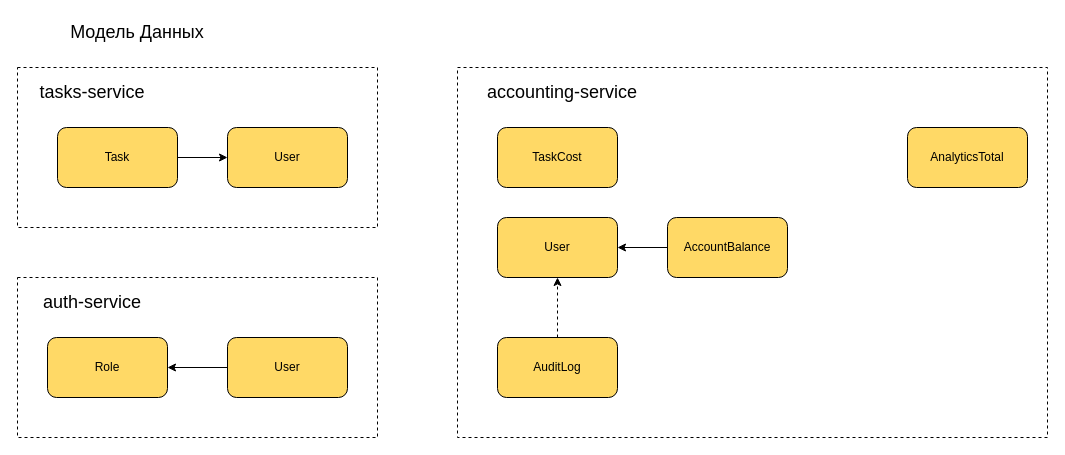
Before: week-1/Data-Model-diagram.drawio in happyjedi/architecture_school_example, a draw.io diagram. Source tidied: cells renumbered, new cells numbered last; positions are measured from the earlier drawing's top-left corner, leaving out a move shared by most shapes. Both pictures are drawn from the tidied source at 100%, with x=0, y=0 at pixel (17, 17).
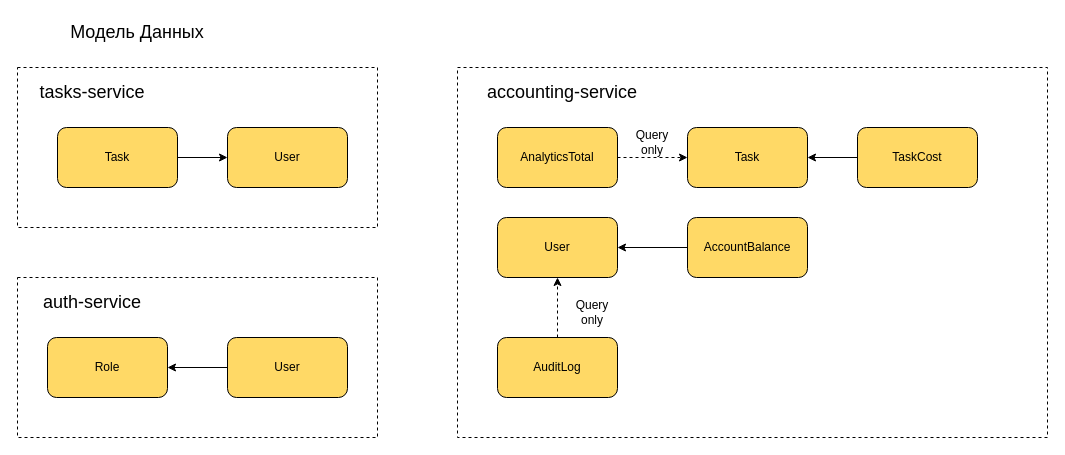
The same diagram, later.

Commit message (it also covers changes not shown here):
feat: update Data Model diagram

Diff of the diagram source:
```diff
@@
     <mxCell id="12" value="AccountBalance" style="rounded=1;whiteSpace=wrap;html=1;fillColor=#FFD966;" parent="1" vertex="1">
-      <mxGeometry x="650" y="200" width="120" height="60" as="geometry" />
+      <mxGeometry x="670" y="200" width="120" height="60" as="geometry" />
     </mxCell>
@@
+    <mxCell id="22" style="edgeStyle=orthogonalEdgeStyle;rounded=0;jettySize=auto;html=1;exitX=1;exitY=0.5;exitDx=0;exitDy=0;entryX=0;entryY=0.5;entryDx=0;entryDy=0;fontSize=18;dashed=1;" parent="1" edge="1" source="14" target="24">
+      <mxGeometry relative="1" as="geometry" />
+    </mxCell>
     <mxCell id="14" value="AnalyticsTotal" style="rounded=1;whiteSpace=wrap;html=1;fillColor=#FFD966;" parent="1" vertex="1">
-      <mxGeometry x="890" y="110" width="120" height="60" as="geometry" />
+      <mxGeometry x="480" y="110" width="120" height="60" as="geometry" />
     </mxCell>
@@
+    <mxCell id="23" style="edgeStyle=orthogonalEdgeStyle;rounded=0;jettySize=auto;html=1;exitX=0;exitY=0.5;exitDx=0;exitDy=0;entryX=1;entryY=0.5;entryDx=0;entryDy=0;fontSize=18;" parent="1" edge="1" source="21" target="24">
+      <mxGeometry relative="1" as="geometry" />
+    </mxCell>
     <mxCell id="21" value="TaskCost" style="rounded=1;whiteSpace=wrap;html=1;fillColor=#FFD966;" parent="1" vertex="1">
-      <mxGeometry x="480" y="110" width="120" height="60" as="geometry" />
+      <mxGeometry x="840" y="110" width="120" height="60" as="geometry" />
     </mxCell>
+    <mxCell id="24" value="Task" style="rounded=1;whiteSpace=wrap;html=1;fillColor=#FFD966;" parent="1" vertex="1">
+      <mxGeometry x="670" y="110" width="120" height="60" as="geometry" />
+    </mxCell>
+    <mxCell id="25" value="Query only" style="text;html=1;strokeColor=none;fillColor=none;align=center;verticalAlign=middle;whiteSpace=wrap;rounded=0;fontSize=12;" parent="1" vertex="1">
+      <mxGeometry x="605" y="110" width="60" height="30" as="geometry" />
+    </mxCell>
+    <mxCell id="26" value="Query only" style="text;html=1;strokeColor=none;fillColor=none;align=center;verticalAlign=middle;whiteSpace=wrap;rounded=0;fontSize=12;" parent="1" vertex="1">
+      <mxGeometry x="545" y="280" width="60" height="30" as="geometry" />
+    </mxCell>
```
